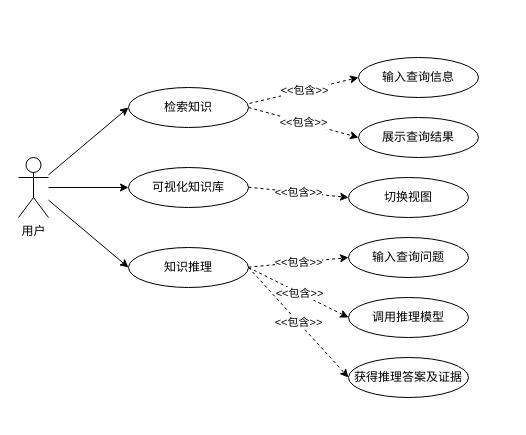
Earlier version of the draw.io diagram page "第 1 页" (1 of 6) of chp5 use case.drawio (LNqwn/BISHE-GRAPH). Source tidied: cells renumbered, new cells numbered last; positions are measured from the earlier drawing's top-left corner, leaving out a move shared by most shapes. Both pictures are drawn from the tidied source at 100%, with x=0, y=0 at pixel (18, 57).
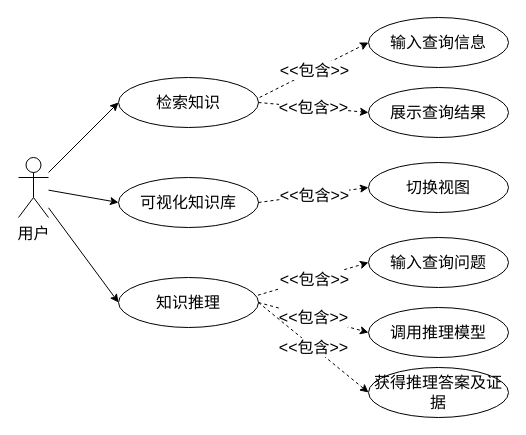
Above is the later version.

What changed in the source:
```diff
@@
-    <mxCell id="2" style="rounded=0;jettySize=auto;html=1;entryX=0;entryY=0.5;entryDx=0;entryDy=0;" parent="1" edge="1" source="5" target="6">
+    <mxCell id="2" style="rounded=0;jettySize=auto;html=1;entryX=0;entryY=0.5;entryDx=0;entryDy=0;fontSize=16;fontFamily=宋体;" parent="1" edge="1" source="5" target="6">
       <mxGeometry relative="1" as="geometry" />
     </mxCell>
-    <mxCell id="3" style="edgeStyle=none;shape=connector;rounded=0;jettySize=auto;html=1;entryX=0;entryY=0.5;entryDx=0;entryDy=0;strokeColor=default;align=center;verticalAlign=middle;fontFamily=Helvetica;fontSize=11;fontColor=default;labelBackgroundColor=default;endArrow=classic;" parent="1" edge="1" source="5" target="7">
+    <mxCell id="3" style="edgeStyle=none;shape=connector;rounded=0;jettySize=auto;html=1;entryX=0;entryY=0.5;entryDx=0;entryDy=0;strokeColor=default;align=center;verticalAlign=middle;fontFamily=宋体;fontSize=16;fontColor=default;labelBackgroundColor=default;endArrow=classic;" parent="1" edge="1" source="5" target="7">
       <mxGeometry relative="1" as="geometry" />
     </mxCell>
-    <mxCell id="4" style="edgeStyle=none;shape=connector;rounded=0;jettySize=auto;html=1;entryX=0;entryY=0.5;entryDx=0;entryDy=0;strokeColor=default;align=center;verticalAlign=middle;fontFamily=Helvetica;fontSize=11;fontColor=default;labelBackgroundColor=default;endArrow=classic;" parent="1" edge="1" source="5" target="8">
+    <mxCell id="4" style="edgeStyle=none;shape=connector;rounded=0;jettySize=auto;html=1;entryX=0;entryY=0.5;entryDx=0;entryDy=0;strokeColor=default;align=center;verticalAlign=middle;fontFamily=宋体;fontSize=16;fontColor=default;labelBackgroundColor=default;endArrow=classic;" parent="1" edge="1" source="5" target="8">
       <mxGeometry relative="1" as="geometry" />
     </mxCell>
-    <mxCell id="5" value="用户" style="shape=umlActor;verticalLabelPosition=bottom;verticalAlign=top;html=1;outlineConnect=0;" parent="1" vertex="1">
+    <mxCell id="5" value="用户" style="shape=umlActor;verticalLabelPosition=bottom;verticalAlign=top;html=1;outlineConnect=0;fontSize=16;fontFamily=宋体;" parent="1" vertex="1">
       <mxGeometry y="100" width="30" height="60" as="geometry" />
     </mxCell>
-    <mxCell id="6" value="检索知识" style="ellipse;whiteSpace=wrap;html=1;" parent="1" vertex="1">
-      <mxGeometry x="110" y="30" width="120" height="40" as="geometry" />
+    <mxCell id="6" value="检索知识" style="ellipse;whiteSpace=wrap;html=1;fontSize=16;fontFamily=宋体;" parent="1" vertex="1">
+      <mxGeometry x="100" y="20" width="140" height="50" as="geometry" />
     </mxCell>
-    <mxCell id="7" value="可视化知识库" style="ellipse;whiteSpace=wrap;html=1;" parent="1" vertex="1">
-      <mxGeometry x="110" y="110" width="120" height="40" as="geometry" />
+    <mxCell id="7" value="可视化知识库" style="ellipse;whiteSpace=wrap;html=1;fontSize=16;fontFamily=宋体;" parent="1" vertex="1">
+      <mxGeometry x="100" y="120" width="140" height="50" as="geometry" />
     </mxCell>
-    <mxCell id="8" value="知识推理" style="ellipse;whiteSpace=wrap;html=1;" parent="1" vertex="1">
-      <mxGeometry x="110" y="190" width="120" height="40" as="geometry" />
+    <mxCell id="8" value="知识推理" style="ellipse;whiteSpace=wrap;html=1;fontSize=16;fontFamily=宋体;" parent="1" vertex="1">
+      <mxGeometry x="100" y="220" width="140" height="50" as="geometry" />
     </mxCell>
-    <mxCell id="9" value="输入查询信息" style="ellipse;whiteSpace=wrap;html=1;" parent="1" vertex="1">
-      <mxGeometry x="340" width="120" height="40" as="geometry" />
+    <mxCell id="9" value="输入查询信息" style="ellipse;whiteSpace=wrap;html=1;fontSize=16;fontFamily=宋体;" parent="1" vertex="1">
+      <mxGeometry x="350" y="-40" width="140" height="50" as="geometry" />
     </mxCell>
-    <mxCell id="10" value="切换视图" style="ellipse;whiteSpace=wrap;html=1;" parent="1" vertex="1">
-      <mxGeometry x="330" y="120" width="120" height="40" as="geometry" />
+    <mxCell id="10" value="切换视图" style="ellipse;whiteSpace=wrap;html=1;fontSize=16;fontFamily=宋体;" parent="1" vertex="1">
+      <mxGeometry x="350" y="105" width="140" height="50" as="geometry" />
     </mxCell>
-    <mxCell id="11" value="调用推理模型" style="ellipse;whiteSpace=wrap;html=1;" parent="1" vertex="1">
-      <mxGeometry x="330" y="240" width="120" height="40" as="geometry" />
+    <mxCell id="11" value="调用推理模型" style="ellipse;whiteSpace=wrap;html=1;fontSize=16;fontFamily=宋体;" parent="1" vertex="1">
+      <mxGeometry x="350" y="250" width="140" height="50" as="geometry" />
     </mxCell>
-    <mxCell id="12" value="输入查询问题" style="ellipse;whiteSpace=wrap;html=1;" parent="1" vertex="1">
-      <mxGeometry x="330" y="180" width="120" height="40" as="geometry" />
+    <mxCell id="12" value="输入查询问题" style="ellipse;whiteSpace=wrap;html=1;fontSize=16;fontFamily=宋体;" parent="1" vertex="1">
+      <mxGeometry x="350" y="180" width="140" height="50" as="geometry" />
     </mxCell>
-    <mxCell id="13" style="endArrow=classic;html=1;rounded=0;dashed=1;entryX=0;entryY=0.5;entryDx=0;entryDy=0;" parent="1" edge="1" target="10">
-      <mxGeometry relative="1" as="geometry">
-        <mxPoint x="230" y="129.7" as="sourcePoint" />
-      </mxGeometry>
+    <mxCell id="13" style="endArrow=classic;html=1;rounded=0;dashed=1;entryX=0;entryY=0.5;entryDx=0;entryDy=0;fontSize=16;exitX=1;exitY=0.5;exitDx=0;exitDy=0;fontFamily=宋体;" parent="1" edge="1" source="7" target="10">
+      <mxGeometry relative="1" as="geometry" />
     </mxCell>
-    <mxCell id="14" value="&amp;lt;&amp;lt;包含&amp;gt;&amp;gt;" style="edgeLabel;html=1;align=center;verticalAlign=middle;" parent="13" vertex="1">
+    <mxCell id="14" value="&amp;lt;&amp;lt;包含&amp;gt;&amp;gt;" style="edgeLabel;html=1;align=center;verticalAlign=middle;fontSize=16;fontFamily=宋体;" parent="13" vertex="1">
       <mxGeometry relative="1" as="geometry" />
     </mxCell>
-    <mxCell id="15" style="endArrow=classic;html=1;rounded=0;dashed=1;entryX=0;entryY=0.5;entryDx=0;entryDy=0;" parent="1" edge="1" target="12">
-      <mxGeometry relative="1" as="geometry">
-        <mxPoint x="230" y="209.7" as="sourcePoint" />
-      </mxGeometry>
+    <mxCell id="15" style="endArrow=classic;html=1;rounded=0;dashed=1;entryX=0;entryY=0.5;entryDx=0;entryDy=0;fontSize=16;exitX=0.996;exitY=0.354;exitDx=0;exitDy=0;exitPerimeter=0;fontFamily=宋体;" parent="1" edge="1" source="8" target="12">
+      <mxGeometry relative="1" as="geometry" />
     </mxCell>
-    <mxCell id="16" value="&amp;lt;&amp;lt;包含&amp;gt;&amp;gt;" style="edgeLabel;html=1;align=center;verticalAlign=middle;" parent="15" vertex="1">
+    <mxCell id="16" value="&amp;lt;&amp;lt;包含&amp;gt;&amp;gt;" style="edgeLabel;html=1;align=center;verticalAlign=middle;fontSize=16;fontFamily=宋体;" parent="15" vertex="1">
       <mxGeometry relative="1" as="geometry" />
     </mxCell>
-    <mxCell id="17" style="endArrow=classic;html=1;rounded=0;dashed=1;entryX=0;entryY=0.5;entryDx=0;entryDy=0;exitX=1;exitY=0.5;exitDx=0;exitDy=0;" parent="1" edge="1" source="8" target="11">
+    <mxCell id="17" style="endArrow=classic;html=1;rounded=0;dashed=1;entryX=0;entryY=0.5;entryDx=0;entryDy=0;exitX=1;exitY=0.5;exitDx=0;exitDy=0;fontSize=16;fontFamily=宋体;" parent="1" edge="1" source="8" target="11">
       <mxGeometry relative="1" as="geometry" />
     </mxCell>
-    <mxCell id="18" value="&amp;lt;&amp;lt;包含&amp;gt;&amp;gt;" style="edgeLabel;html=1;align=center;verticalAlign=middle;" parent="17" vertex="1">
+    <mxCell id="18" value="&amp;lt;&amp;lt;包含&amp;gt;&amp;gt;" style="edgeLabel;html=1;align=center;verticalAlign=middle;fontSize=16;fontFamily=宋体;" parent="17" vertex="1">
       <mxGeometry relative="1" as="geometry" />
     </mxCell>
-    <mxCell id="19" value="获得推理答案及证据" style="ellipse;whiteSpace=wrap;html=1;" parent="1" vertex="1">
-      <mxGeometry x="330" y="300" width="120" height="40" as="geometry" />
+    <mxCell id="19" value="获得推理答案及证据" style="ellipse;whiteSpace=wrap;html=1;fontSize=16;fontFamily=宋体;" parent="1" vertex="1">
+      <mxGeometry x="350" y="310" width="140" height="50" as="geometry" />
     </mxCell>
-    <mxCell id="20" style="endArrow=classic;html=1;rounded=0;dashed=1;entryX=0;entryY=0.5;entryDx=0;entryDy=0;" parent="1" edge="1" target="19">
-      <mxGeometry relative="1" as="geometry">
-        <mxPoint x="230" y="210" as="sourcePoint" />
-      </mxGeometry>
+    <mxCell id="20" style="endArrow=classic;html=1;rounded=0;dashed=1;entryX=0;entryY=0.5;entryDx=0;entryDy=0;fontSize=16;exitX=1;exitY=0.5;exitDx=0;exitDy=0;fontFamily=宋体;" parent="1" edge="1" source="8" target="19">
+      <mxGeometry relative="1" as="geometry" />
     </mxCell>
-    <mxCell id="21" value="&amp;lt;&amp;lt;包含&amp;gt;&amp;gt;" style="edgeLabel;html=1;align=center;verticalAlign=middle;" parent="20" vertex="1">
+    <mxCell id="21" value="&amp;lt;&amp;lt;包含&amp;gt;&amp;gt;" style="edgeLabel;html=1;align=center;verticalAlign=middle;fontSize=16;fontFamily=宋体;" parent="20" vertex="1">
       <mxGeometry relative="1" as="geometry" />
     </mxCell>
-    <mxCell id="22" value="展示查询结果" style="ellipse;whiteSpace=wrap;html=1;" parent="1" vertex="1">
-      <mxGeometry x="340" y="60" width="120" height="40" as="geometry" />
+    <mxCell id="22" value="展示查询结果" style="ellipse;whiteSpace=wrap;html=1;fontSize=16;fontFamily=宋体;" parent="1" vertex="1">
+      <mxGeometry x="350" y="30" width="140" height="50" as="geometry" />
     </mxCell>
-    <mxCell id="23" style="endArrow=classic;html=1;rounded=0;dashed=1;exitX=1.008;exitY=0.399;exitDx=0;exitDy=0;exitPerimeter=0;entryX=0;entryY=0.5;entryDx=0;entryDy=0;" parent="1" edge="1" source="6" target="9">
+    <mxCell id="23" style="endArrow=classic;html=1;rounded=0;dashed=1;exitX=1.008;exitY=0.399;exitDx=0;exitDy=0;exitPerimeter=0;entryX=0;entryY=0.5;entryDx=0;entryDy=0;fontSize=16;fontFamily=宋体;" parent="1" edge="1" source="6" target="9">
       <mxGeometry relative="1" as="geometry" />
     </mxCell>
-    <mxCell id="24" value="&amp;lt;&amp;lt;包含&amp;gt;&amp;gt;" style="edgeLabel;html=1;align=center;verticalAlign=middle;" parent="23" vertex="1">
+    <mxCell id="24" value="&amp;lt;&amp;lt;包含&amp;gt;&amp;gt;" style="edgeLabel;html=1;align=center;verticalAlign=middle;fontSize=16;fontFamily=宋体;" parent="23" vertex="1">
       <mxGeometry relative="1" as="geometry" />
     </mxCell>
-    <mxCell id="25" style="endArrow=classic;html=1;rounded=0;dashed=1;exitX=1;exitY=0.5;exitDx=0;exitDy=0;entryX=0;entryY=0.5;entryDx=0;entryDy=0;" parent="1" edge="1" source="6" target="22">
+    <mxCell id="25" style="endArrow=classic;html=1;rounded=0;dashed=1;exitX=1;exitY=0.5;exitDx=0;exitDy=0;entryX=0;entryY=0.5;entryDx=0;entryDy=0;fontSize=16;fontFamily=宋体;" parent="1" edge="1" source="6" target="22">
       <mxGeometry relative="1" as="geometry" />
     </mxCell>
-    <mxCell id="26" value="&amp;lt;&amp;lt;包含&amp;gt;&amp;gt;" style="edgeLabel;html=1;align=center;verticalAlign=middle;" parent="25" vertex="1">
+    <mxCell id="26" value="&amp;lt;&amp;lt;包含&amp;gt;&amp;gt;" style="edgeLabel;html=1;align=center;verticalAlign=middle;fontSize=16;fontFamily=宋体;" parent="25" vertex="1">
       <mxGeometry relative="1" as="geometry" />
     </mxCell>
```
